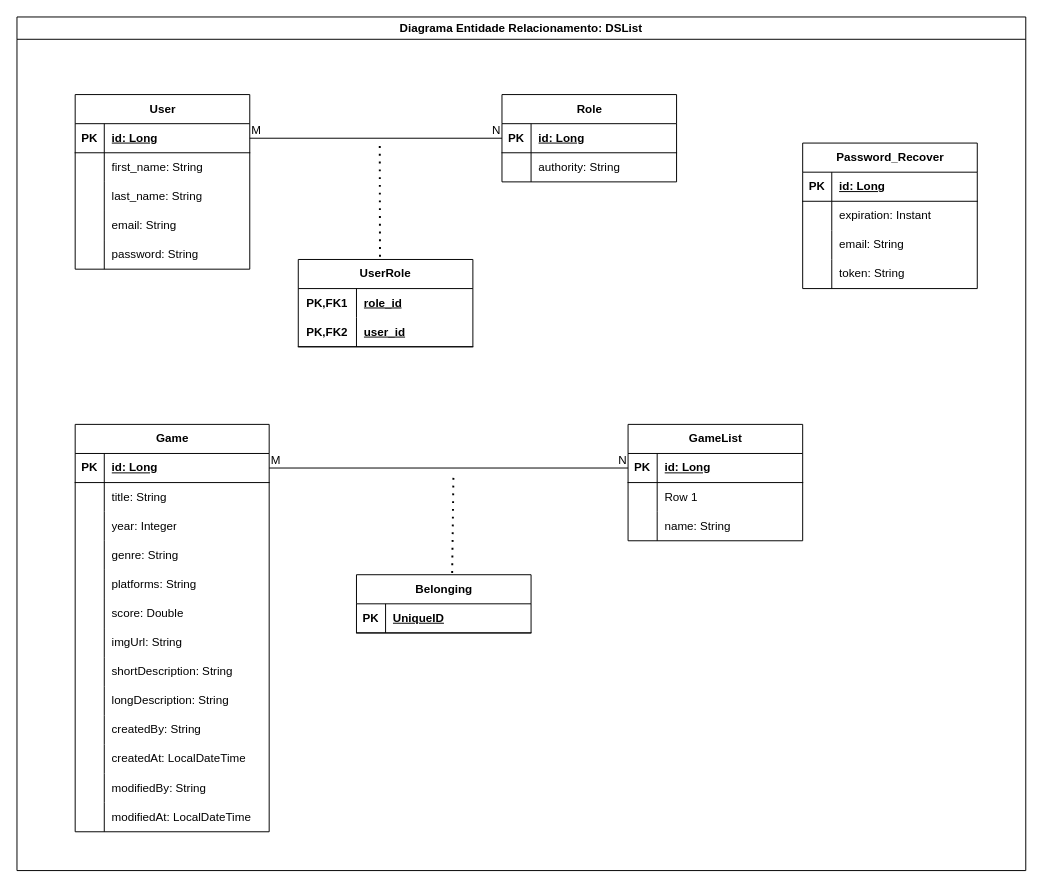
Above: src/main/resources/diagrams/DER.drawio in fabioallima/list (draw.io), before the change. Source tidied: cells renumbered, new cells numbered last; positions are measured from the earlier drawing's top-left corner, leaving out a move shared by most shapes. Both pictures are drawn from the tidied source at 97%, with x=0, y=0 at pixel (16, 16).
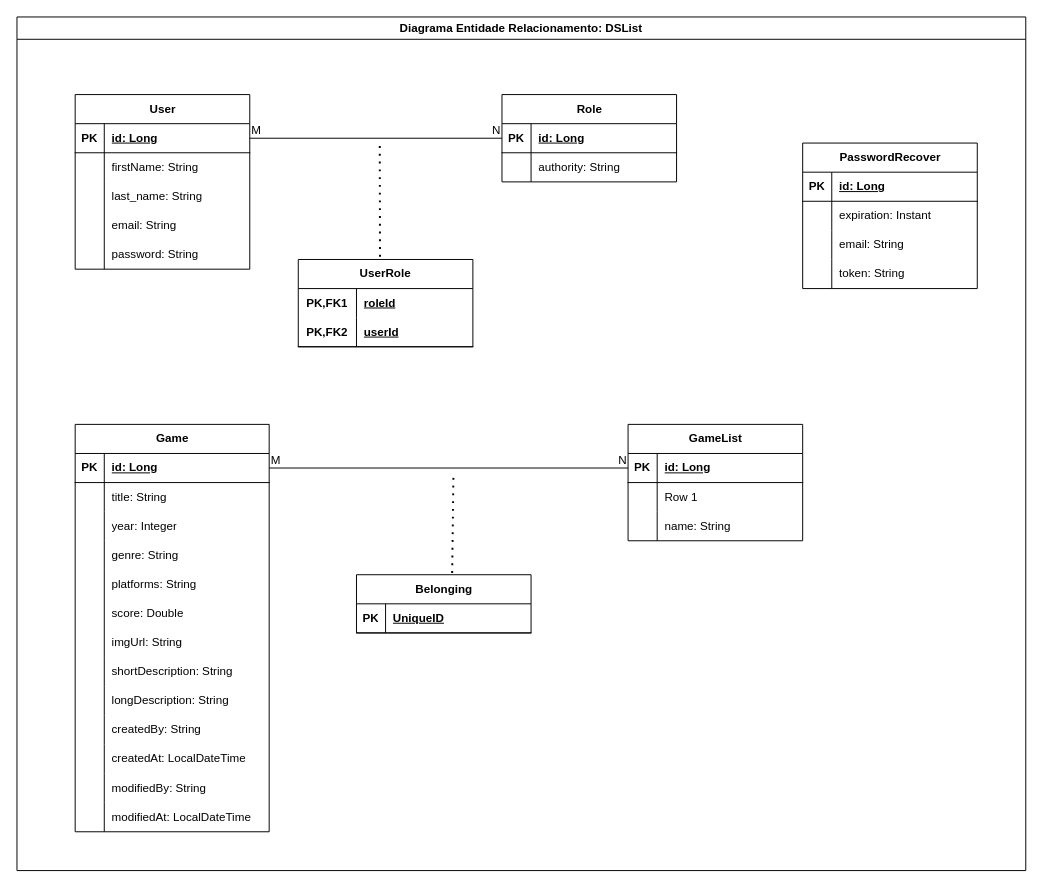
The same diagram, later.

The change refers to these unchanged cells:
```xml
<mxCell id="64" style="shape=tableRow;horizontal=0;startSize=0;swimlaneHead=0;swimlaneBody=0;fillColor=none;top=0;left=0;right=0;bottom=0;" parent="60" vertex="1">
  <mxGeometry y="60" width="180" height="30" as="geometry" />
</mxCell>
<mxCell id="84" style="shape=tableRow;horizontal=0;startSize=0;swimlaneHead=0;swimlaneBody=0;fillColor=none;top=0;left=0;right=0;bottom=0;html=1;" parent="83" vertex="1">
  <mxGeometry y="30" width="180" height="30" as="geometry" />
</mxCell>
<mxCell id="87" style="shape=tableRow;horizontal=0;startSize=0;swimlaneHead=0;swimlaneBody=0;fillColor=none;top=0;left=0;right=0;bottom=1;html=1;" parent="83" vertex="1">
  <mxGeometry y="60" width="180" height="30" as="geometry" />
</mxCell>
```

Change to the diagram source:
```diff
@@
-    <mxCell id="66" value="first_name: String" style="shape=partialRectangle;fillColor=none;top=0;left=0;bottom=0;right=0;align=left;spacingLeft=6;overflow=hidden;whiteSpace=wrap;html=1;" parent="64" vertex="1">
+    <mxCell id="66" value="firstName: String" style="shape=partialRectangle;fillColor=none;top=0;left=0;bottom=0;right=0;align=left;spacingLeft=6;overflow=hidden;whiteSpace=wrap;html=1;" parent="64" vertex="1">
       <mxGeometry x="30" width="150" height="30" as="geometry" />
     </mxCell>
@@
-    <mxCell id="86" value="role_id" style="shape=partialRectangle;fillColor=none;top=0;left=0;bottom=0;right=0;align=left;spacingLeft=6;fontStyle=5;overflow=hidden;html=1;whiteSpace=wrap;" parent="84" vertex="1">
+    <mxCell id="86" value="roleId" style="shape=partialRectangle;fillColor=none;top=0;left=0;bottom=0;right=0;align=left;spacingLeft=6;fontStyle=5;overflow=hidden;html=1;whiteSpace=wrap;" parent="84" vertex="1">
       <mxGeometry x="60" width="120" height="30" as="geometry" />
     </mxCell>
@@
-    <mxCell id="89" value="user_id" style="shape=partialRectangle;fillColor=none;top=0;left=0;bottom=0;right=0;align=left;spacingLeft=6;fontStyle=5;overflow=hidden;html=1;whiteSpace=wrap;" parent="87" vertex="1">
+    <mxCell id="89" value="userId" style="shape=partialRectangle;fillColor=none;top=0;left=0;bottom=0;right=0;align=left;spacingLeft=6;fontStyle=5;overflow=hidden;html=1;whiteSpace=wrap;" parent="87" vertex="1">
       <mxGeometry x="60" width="120" height="30" as="geometry" />
     </mxCell>
@@
-    <mxCell id="94" value="Password_Recover" style="shape=table;startSize=30;childLayout=tableLayout;rowLines=0;fontStyle=1;align=center;html=1;" parent="1" vertex="1">
+    <mxCell id="94" value="PasswordRecover" style="shape=table;startSize=30;childLayout=tableLayout;rowLines=0;fontStyle=1;align=center;html=1;" parent="1" vertex="1">
       <mxGeometry x="810" y="130" width="180" height="150" as="geometry" />
     </mxCell>
```
